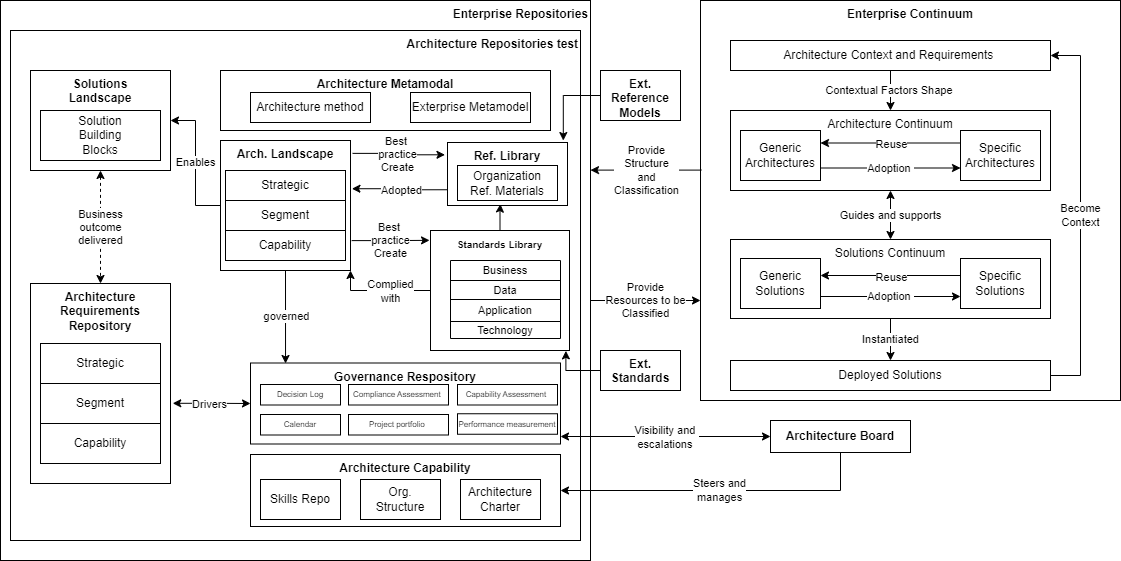
Before: drawio/Togaf/continuum.drawio.png, a diagram exported from draw.io (cmkam/architecture). Source tidied: cells renumbered, new cells last; positions are measured from the earlier drawing's top-left corner, leaving out a move shared by most shapes.
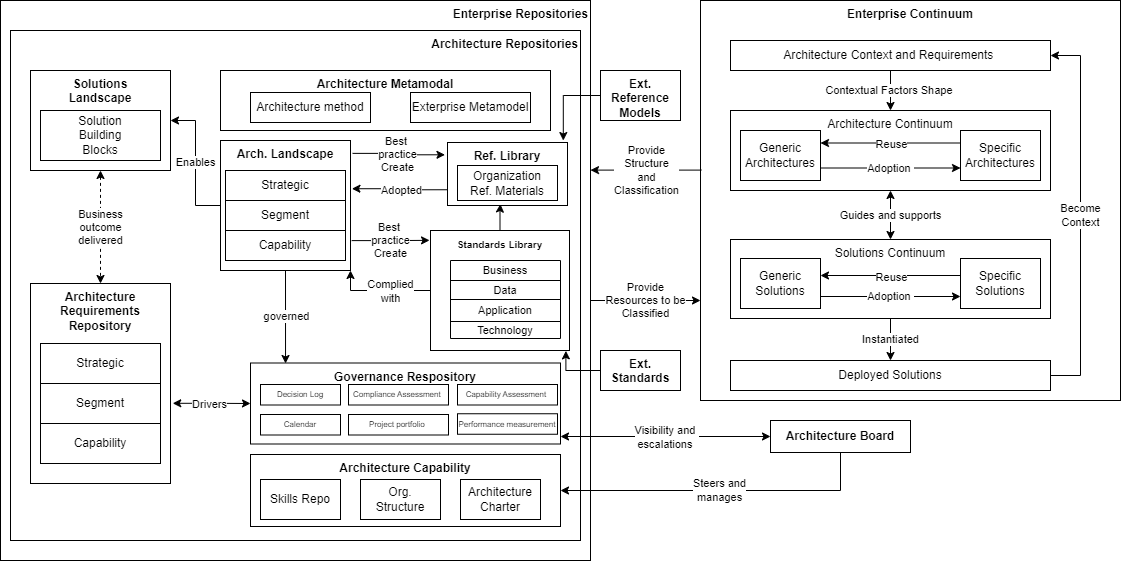
After the change.

Change to the diagram source:
```diff
@@ -5,7 +5,7 @@
     <mxCell id="2" value="&lt;b&gt;Enterprise Repositories&lt;/b&gt;" style="rounded=0;whiteSpace=wrap;html=1;horizontal=1;verticalAlign=top;align=right;" parent="1" vertex="1">
       <mxGeometry width="590" height="560" as="geometry" />
     </mxCell>
-    <mxCell id="3" value="&lt;b&gt;Architecture Repositories test&lt;/b&gt;" style="rounded=0;whiteSpace=wrap;html=1;horizontal=1;verticalAlign=top;align=right;" parent="1" vertex="1">
+    <mxCell id="3" value="&lt;b&gt;Architecture Repositories&lt;/b&gt;" style="rounded=0;whiteSpace=wrap;html=1;horizontal=1;verticalAlign=top;align=right;" parent="1" vertex="1">
       <mxGeometry x="10" y="30" width="570" height="510" as="geometry" />
     </mxCell>
     <mxCell id="4" value="&lt;b&gt;Enterprise Continuum&lt;/b&gt;" style="rounded=0;whiteSpace=wrap;html=1;verticalAlign=top;" parent="1" vertex="1">
```
